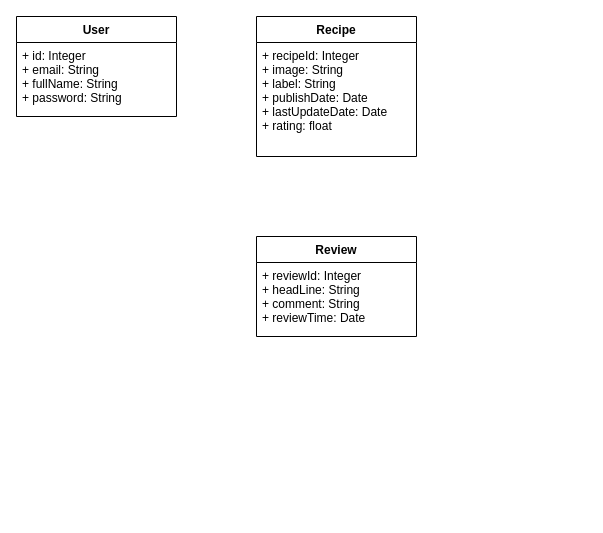
XiaoyangYan/NewMeal keeps this draw.io diagram as uml.drawio. Above is the earlier version. Source tidied: cells renumbered, new cells numbered last; positions are measured from the earlier drawing's top-left corner, leaving out a move shared by most shapes. Both pictures are drawn from the tidied source at 100%, with x=0, y=0 at pixel (16, 16).
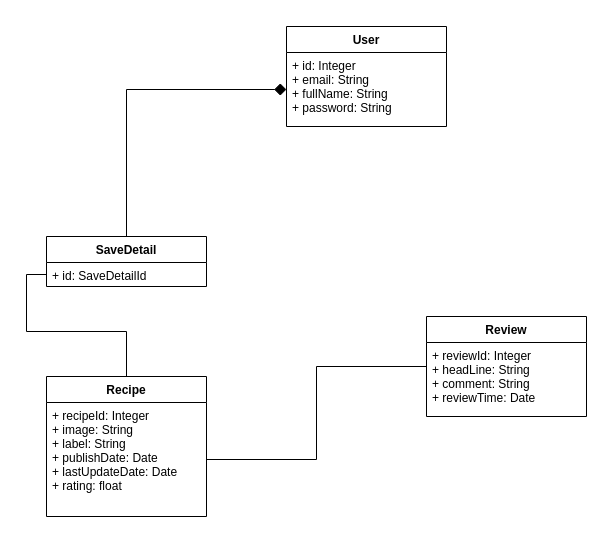
Above is the later version.

What changed in the source:
```diff
@@
 <mxGraphModel>
   <root>
     <mxCell id="0" />
     <mxCell id="1" parent="0" />
     <mxCell id="2" value="User" style="swimlane;fontStyle=1;align=center;verticalAlign=top;horizontal=1;startSize=26;" parent="1" vertex="1">
-      <mxGeometry width="160" height="100" as="geometry" />
+      <mxGeometry x="270" y="10" width="160" height="100" as="geometry" />
     </mxCell>
     <mxCell id="3" value="+ id: Integer&#10;+ email: String&#10;+ fullName: String&#10;+ password: String" style="text;strokeColor=none;fillColor=none;align=left;verticalAlign=top;spacingLeft=4;spacingRight=4;overflow=hidden;points=[[0,0.5],[1,0.5]];portConstraint=eastwest;" parent="2" vertex="1">
       <mxGeometry y="26" width="160" height="74" as="geometry" />
     </mxCell>
+    <mxCell id="8" style="edgeStyle=orthogonalEdgeStyle;rounded=0;jettySize=auto;html=1;exitX=0.5;exitY=0;exitDx=0;exitDy=0;entryX=0;entryY=0.5;entryDx=0;entryDy=0;endArrow=none;endFill=0;endSize=10;" parent="1" edge="1" source="4" target="12">
+      <mxGeometry relative="1" as="geometry" />
+    </mxCell>
     <mxCell id="4" value="Recipe" style="swimlane;fontStyle=1;align=center;verticalAlign=top;horizontal=1;startSize=26;" parent="1" vertex="1">
-      <mxGeometry x="240" width="160" height="140" as="geometry" />
+      <mxGeometry x="30" y="360" width="160" height="140" as="geometry" />
     </mxCell>
     <mxCell id="5" value="+ recipeId: Integer&#10;+ image: String&#10;+ label: String&#10;+ publishDate: Date&#10;+ lastUpdateDate: Date&#10;+ rating: float" style="text;strokeColor=none;fillColor=none;align=left;verticalAlign=top;spacingLeft=4;spacingRight=4;overflow=hidden;points=[[0,0.5],[1,0.5]];portConstraint=eastwest;" parent="4" vertex="1">
       <mxGeometry y="26" width="160" height="114" as="geometry" />
     </mxCell>
+    <mxCell id="9" style="edgeStyle=orthogonalEdgeStyle;rounded=0;jettySize=auto;html=1;entryX=1;entryY=0.5;entryDx=0;entryDy=0;endArrow=none;endFill=0;endSize=10;" parent="1" edge="1" source="6" target="5">
+      <mxGeometry relative="1" as="geometry" />
+    </mxCell>
     <mxCell id="6" value="Review" style="swimlane;fontStyle=1;align=center;verticalAlign=top;horizontal=1;startSize=26;" parent="1" vertex="1">
-      <mxGeometry x="240" y="220" width="160" height="100" as="geometry" />
+      <mxGeometry x="410" y="300" width="160" height="100" as="geometry" />
     </mxCell>
     <mxCell id="7" value="+ reviewId: Integer&#10;+ headLine: String&#10;+ comment: String&#10;+ reviewTime: Date" style="text;strokeColor=none;fillColor=none;align=left;verticalAlign=top;spacingLeft=4;spacingRight=4;overflow=hidden;" parent="6" vertex="1">
       <mxGeometry y="26" width="160" height="74" as="geometry" />
     </mxCell>
+    <mxCell id="10" style="edgeStyle=orthogonalEdgeStyle;rounded=0;jettySize=auto;html=1;entryX=0;entryY=0.5;entryDx=0;entryDy=0;endArrow=diamond;endFill=1;endSize=10;" parent="1" edge="1" source="11" target="3">
+      <mxGeometry relative="1" as="geometry" />
+    </mxCell>
+    <mxCell id="11" value="SaveDetail" style="swimlane;fontStyle=1;align=center;verticalAlign=top;horizontal=1;startSize=26;" parent="1" vertex="1">
+      <mxGeometry x="30" y="220" width="160" height="50" as="geometry" />
+    </mxCell>
+    <mxCell id="12" value="+ id: SaveDetailId" style="text;strokeColor=none;fillColor=none;align=left;verticalAlign=top;spacingLeft=4;spacingRight=4;overflow=hidden;points=[[0,0.5],[1,0.5]];portConstraint=eastwest;" parent="11" vertex="1">
+      <mxGeometry y="26" width="160" height="24" as="geometry" />
+    </mxCell>
   </root>
 </mxGraphModel>
```
